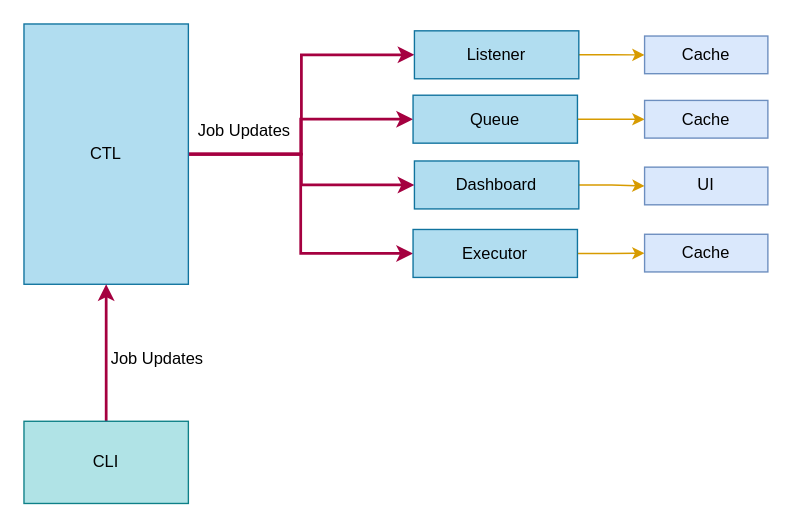
This is page "Job updates" (4 of 12) of docs/Jobico.drawio from andrescosta/jobico-fn, a draw.io file, before an edit. Source tidied: cells renumbered, new cells numbered last; positions are measured from the earlier drawing's top-left corner, leaving out a move shared by most shapes. Both pictures are drawn from the tidied source at 137%, with x=0, y=0 at pixel (23, 23).
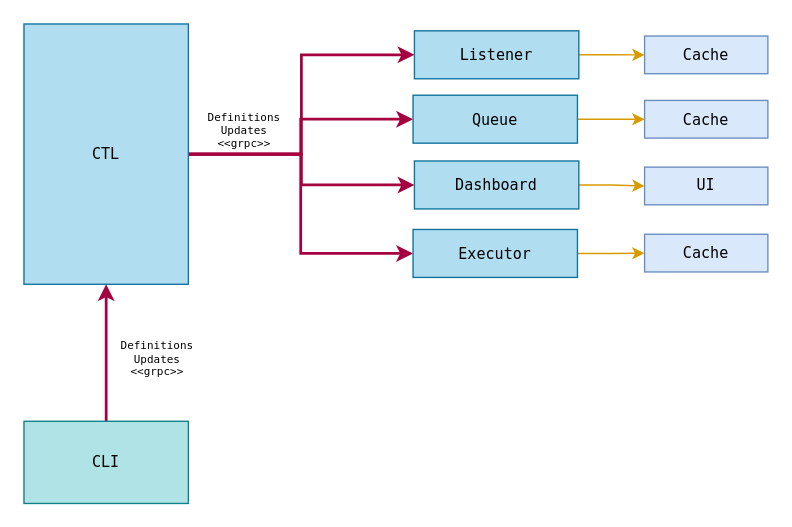
The same diagram, later.

What changed in the source:
```diff
@@
-    <mxCell id="2" style="edgeStyle=orthogonalEdgeStyle;rounded=0;jettySize=auto;html=1;startArrow=none;startFill=0;fillColor=#d80073;strokeColor=#A50040;strokeWidth=2;" parent="1" edge="1" source="6" target="10">
+    <mxCell id="2" style="edgeStyle=orthogonalEdgeStyle;rounded=0;jettySize=auto;html=1;startArrow=none;startFill=0;fillColor=#d80073;strokeColor=#A50040;strokeWidth=2;fontFamily=Lucida Console;" parent="1" edge="1" source="6" target="10">
       <mxGeometry relative="1" as="geometry" />
     </mxCell>
-    <mxCell id="3" style="edgeStyle=orthogonalEdgeStyle;rounded=0;jettySize=auto;html=1;entryX=0;entryY=0.5;entryDx=0;entryDy=0;strokeColor=#A50040;startArrow=none;startFill=0;fillColor=#d80073;strokeWidth=2;" parent="1" edge="1" source="6" target="14">
+    <mxCell id="3" style="edgeStyle=orthogonalEdgeStyle;rounded=0;jettySize=auto;html=1;entryX=0;entryY=0.5;entryDx=0;entryDy=0;strokeColor=#A50040;startArrow=none;startFill=0;fillColor=#d80073;strokeWidth=2;fontFamily=Lucida Console;" parent="1" edge="1" source="6" target="14">
       <mxGeometry relative="1" as="geometry" />
     </mxCell>
-    <mxCell id="4" style="edgeStyle=orthogonalEdgeStyle;rounded=0;jettySize=auto;html=1;strokeColor=#A50040;startArrow=none;startFill=0;fillColor=#d80073;strokeWidth=2;" parent="1" edge="1" source="6" target="16">
+    <mxCell id="4" style="edgeStyle=orthogonalEdgeStyle;rounded=0;jettySize=auto;html=1;strokeColor=#A50040;startArrow=none;startFill=0;fillColor=#d80073;strokeWidth=2;fontFamily=Lucida Console;" parent="1" edge="1" source="6" target="16">
       <mxGeometry relative="1" as="geometry" />
     </mxCell>
-    <mxCell id="5" style="edgeStyle=orthogonalEdgeStyle;rounded=0;jettySize=auto;html=1;strokeColor=#A50040;startArrow=none;startFill=0;fillColor=#d80073;strokeWidth=2;" parent="1" edge="1" source="6" target="18">
+    <mxCell id="5" style="edgeStyle=orthogonalEdgeStyle;rounded=0;jettySize=auto;html=1;strokeColor=#A50040;startArrow=none;startFill=0;fillColor=#d80073;strokeWidth=2;fontFamily=Lucida Console;" parent="1" edge="1" source="6" target="18">
       <mxGeometry relative="1" as="geometry" />
     </mxCell>
-    <mxCell id="6" value="CTL" style="rounded=0;whiteSpace=wrap;html=1;fillColor=#b1ddf0;strokeColor=#10739e;align=center;verticalAlign=middle;fontFamily=Helvetica;fontSize=12;fontColor=default;" parent="1" vertex="1">
+    <mxCell id="6" value="CTL" style="rounded=0;whiteSpace=wrap;html=1;fillColor=#b1ddf0;strokeColor=#10739e;align=center;verticalAlign=middle;fontFamily=Lucida Console;fontSize=11;fontColor=default;" parent="1" vertex="1">
       <mxGeometry width="120" height="190" as="geometry" />
     </mxCell>
-    <mxCell id="7" style="edgeStyle=orthogonalEdgeStyle;rounded=0;jettySize=auto;html=1;entryX=0.5;entryY=1;entryDx=0;entryDy=0;fillColor=#d80073;strokeColor=#A50040;strokeWidth=2;" parent="1" edge="1" source="8" target="6">
+    <mxCell id="7" style="edgeStyle=orthogonalEdgeStyle;rounded=0;jettySize=auto;html=1;entryX=0.5;entryY=1;entryDx=0;entryDy=0;fillColor=#d80073;strokeColor=#A50040;strokeWidth=2;fontFamily=Lucida Console;" parent="1" edge="1" source="8" target="6">
       <mxGeometry relative="1" as="geometry" />
     </mxCell>
-    <mxCell id="8" value="CLI" style="rounded=0;whiteSpace=wrap;html=1;fillColor=#b0e3e6;strokeColor=#0e8088;align=center;verticalAlign=middle;fontFamily=Helvetica;fontSize=12;" parent="1" vertex="1">
+    <mxCell id="8" value="CLI" style="rounded=0;whiteSpace=wrap;html=1;fillColor=#b0e3e6;strokeColor=#0e8088;align=center;verticalAlign=middle;fontFamily=Lucida Console;fontSize=11;" parent="1" vertex="1">
       <mxGeometry y="290" width="120" height="60" as="geometry" />
     </mxCell>
-    <mxCell id="9" style="edgeStyle=orthogonalEdgeStyle;rounded=0;jettySize=auto;html=1;fillColor=#ffe6cc;strokeColor=#d79b00;" parent="1" edge="1" source="10" target="11">
+    <mxCell id="9" style="edgeStyle=orthogonalEdgeStyle;rounded=0;jettySize=auto;html=1;fillColor=#ffe6cc;strokeColor=#d79b00;fontFamily=Lucida Console;" parent="1" edge="1" source="10" target="11">
       <mxGeometry relative="1" as="geometry" />
     </mxCell>
-    <mxCell id="10" value="Listener" style="rounded=0;whiteSpace=wrap;html=1;fillColor=#b1ddf0;strokeColor=#10739e;align=center;verticalAlign=middle;fontFamily=Helvetica;fontSize=12;fontColor=default;" parent="1" vertex="1">
+    <mxCell id="10" value="Listener" style="rounded=0;whiteSpace=wrap;html=1;fillColor=#b1ddf0;strokeColor=#10739e;align=center;verticalAlign=middle;fontFamily=Lucida Console;fontSize=11;fontColor=default;" parent="1" vertex="1">
       <mxGeometry x="285" y="5" width="120" height="35" as="geometry" />
     </mxCell>
-    <mxCell id="11" value="Cache" style="rounded=0;whiteSpace=wrap;html=1;fillColor=#dae8fc;strokeColor=#6c8ebf;" parent="1" vertex="1">
+    <mxCell id="11" value="Cache" style="rounded=0;whiteSpace=wrap;html=1;fillColor=#dae8fc;strokeColor=#6c8ebf;fontFamily=Lucida Console;fontSize=11;" parent="1" vertex="1">
       <mxGeometry x="453" y="8.8" width="90" height="27.5" as="geometry" />
     </mxCell>
-    <mxCell id="12" value="Job Updates" style="text;html=1;strokeColor=none;fillColor=none;align=center;verticalAlign=middle;whiteSpace=wrap;rounded=0;" parent="1" vertex="1">
+    <mxCell id="12" value="Definitions&lt;br style=&quot;border-color: var(--border-color);&quot;&gt;Updates&lt;br&gt;&amp;lt;&amp;lt;grpc&amp;gt;&amp;gt;" style="text;html=1;strokeColor=none;fillColor=none;align=center;verticalAlign=middle;whiteSpace=wrap;rounded=0;fontFamily=Lucida Console;fontSize=8;" parent="1" vertex="1">
       <mxGeometry x="60" y="230" width="75" height="30" as="geometry" />
     </mxCell>
-    <mxCell id="13" style="edgeStyle=orthogonalEdgeStyle;rounded=0;jettySize=auto;html=1;strokeColor=#d79b00;fillColor=#ffe6cc;" parent="1" edge="1" source="14" target="19">
+    <mxCell id="13" style="edgeStyle=orthogonalEdgeStyle;rounded=0;jettySize=auto;html=1;strokeColor=#d79b00;fillColor=#ffe6cc;fontFamily=Lucida Console;" parent="1" edge="1" source="14" target="19">
       <mxGeometry relative="1" as="geometry" />
     </mxCell>
-    <mxCell id="14" value="Queue" style="rounded=0;whiteSpace=wrap;html=1;fillColor=#b1ddf0;strokeColor=#10739e;align=center;verticalAlign=middle;fontFamily=Helvetica;fontSize=12;fontColor=default;" parent="1" vertex="1">
+    <mxCell id="14" value="Queue" style="rounded=0;whiteSpace=wrap;html=1;fillColor=#b1ddf0;strokeColor=#10739e;align=center;verticalAlign=middle;fontFamily=Lucida Console;fontSize=11;fontColor=default;" parent="1" vertex="1">
       <mxGeometry x="284" y="52" width="120" height="35" as="geometry" />
     </mxCell>
-    <mxCell id="15" style="edgeStyle=orthogonalEdgeStyle;rounded=0;jettySize=auto;html=1;strokeColor=#d79b00;fillColor=#ffe6cc;" parent="1" edge="1" source="16" target="20">
+    <mxCell id="15" style="edgeStyle=orthogonalEdgeStyle;rounded=0;jettySize=auto;html=1;strokeColor=#d79b00;fillColor=#ffe6cc;fontFamily=Lucida Console;" parent="1" edge="1" source="16" target="20">
       <mxGeometry relative="1" as="geometry" />
     </mxCell>
-    <mxCell id="16" value="Dashboard" style="rounded=0;whiteSpace=wrap;html=1;fillColor=#b1ddf0;strokeColor=#10739e;align=center;verticalAlign=middle;fontFamily=Helvetica;fontSize=12;fontColor=default;" parent="1" vertex="1">
+    <mxCell id="16" value="Dashboard" style="rounded=0;whiteSpace=wrap;html=1;fillColor=#b1ddf0;strokeColor=#10739e;align=center;verticalAlign=middle;fontFamily=Lucida Console;fontSize=11;fontColor=default;" parent="1" vertex="1">
       <mxGeometry x="285" y="100" width="120" height="35" as="geometry" />
     </mxCell>
-    <mxCell id="17" style="edgeStyle=orthogonalEdgeStyle;rounded=0;jettySize=auto;html=1;strokeColor=#d79b00;fillColor=#ffe6cc;" parent="1" edge="1" source="18" target="21">
+    <mxCell id="17" style="edgeStyle=orthogonalEdgeStyle;rounded=0;jettySize=auto;html=1;strokeColor=#d79b00;fillColor=#ffe6cc;fontFamily=Lucida Console;" parent="1" edge="1" source="18" target="21">
       <mxGeometry relative="1" as="geometry" />
     </mxCell>
-    <mxCell id="18" value="Executor" style="rounded=0;whiteSpace=wrap;html=1;fillColor=#b1ddf0;strokeColor=#10739e;align=center;verticalAlign=middle;fontFamily=Helvetica;fontSize=12;fontColor=default;" parent="1" vertex="1">
+    <mxCell id="18" value="Executor" style="rounded=0;whiteSpace=wrap;html=1;fillColor=#b1ddf0;strokeColor=#10739e;align=center;verticalAlign=middle;fontFamily=Lucida Console;fontSize=11;fontColor=default;" parent="1" vertex="1">
       <mxGeometry x="284" y="150" width="120" height="35" as="geometry" />
     </mxCell>
-    <mxCell id="19" value="Cache" style="rounded=0;whiteSpace=wrap;html=1;fillColor=#dae8fc;strokeColor=#6c8ebf;" parent="1" vertex="1">
+    <mxCell id="19" value="Cache" style="rounded=0;whiteSpace=wrap;html=1;fillColor=#dae8fc;strokeColor=#6c8ebf;fontFamily=Lucida Console;fontSize=11;" parent="1" vertex="1">
       <mxGeometry x="453" y="55.8" width="90" height="27.5" as="geometry" />
     </mxCell>
-    <mxCell id="20" value="UI" style="rounded=0;whiteSpace=wrap;html=1;fillColor=#dae8fc;strokeColor=#6c8ebf;" parent="1" vertex="1">
+    <mxCell id="20" value="UI" style="rounded=0;whiteSpace=wrap;html=1;fillColor=#dae8fc;strokeColor=#6c8ebf;fontFamily=Lucida Console;fontSize=11;" parent="1" vertex="1">
       <mxGeometry x="453" y="104.5" width="90" height="27.5" as="geometry" />
     </mxCell>
-    <mxCell id="21" value="Cache" style="rounded=0;whiteSpace=wrap;html=1;fillColor=#dae8fc;strokeColor=#6c8ebf;" parent="1" vertex="1">
+    <mxCell id="21" value="Cache" style="rounded=0;whiteSpace=wrap;html=1;fillColor=#dae8fc;strokeColor=#6c8ebf;fontFamily=Lucida Console;fontSize=11;" parent="1" vertex="1">
       <mxGeometry x="453" y="153.5" width="90" height="27.5" as="geometry" />
     </mxCell>
-    <mxCell id="22" value="Job Updates" style="text;html=1;strokeColor=none;fillColor=none;align=center;verticalAlign=middle;whiteSpace=wrap;rounded=0;" parent="1" vertex="1">
+    <mxCell id="22" value="Definitions&lt;br&gt;Updates&lt;br&gt;&amp;lt;&amp;lt;grpc&amp;gt;&amp;gt;" style="text;html=1;strokeColor=none;fillColor=none;align=center;verticalAlign=middle;whiteSpace=wrap;rounded=0;fontFamily=Lucida Console;fontSize=8;" parent="1" vertex="1">
       <mxGeometry x="126" y="63" width="70" height="30" as="geometry" />
     </mxCell>
```
